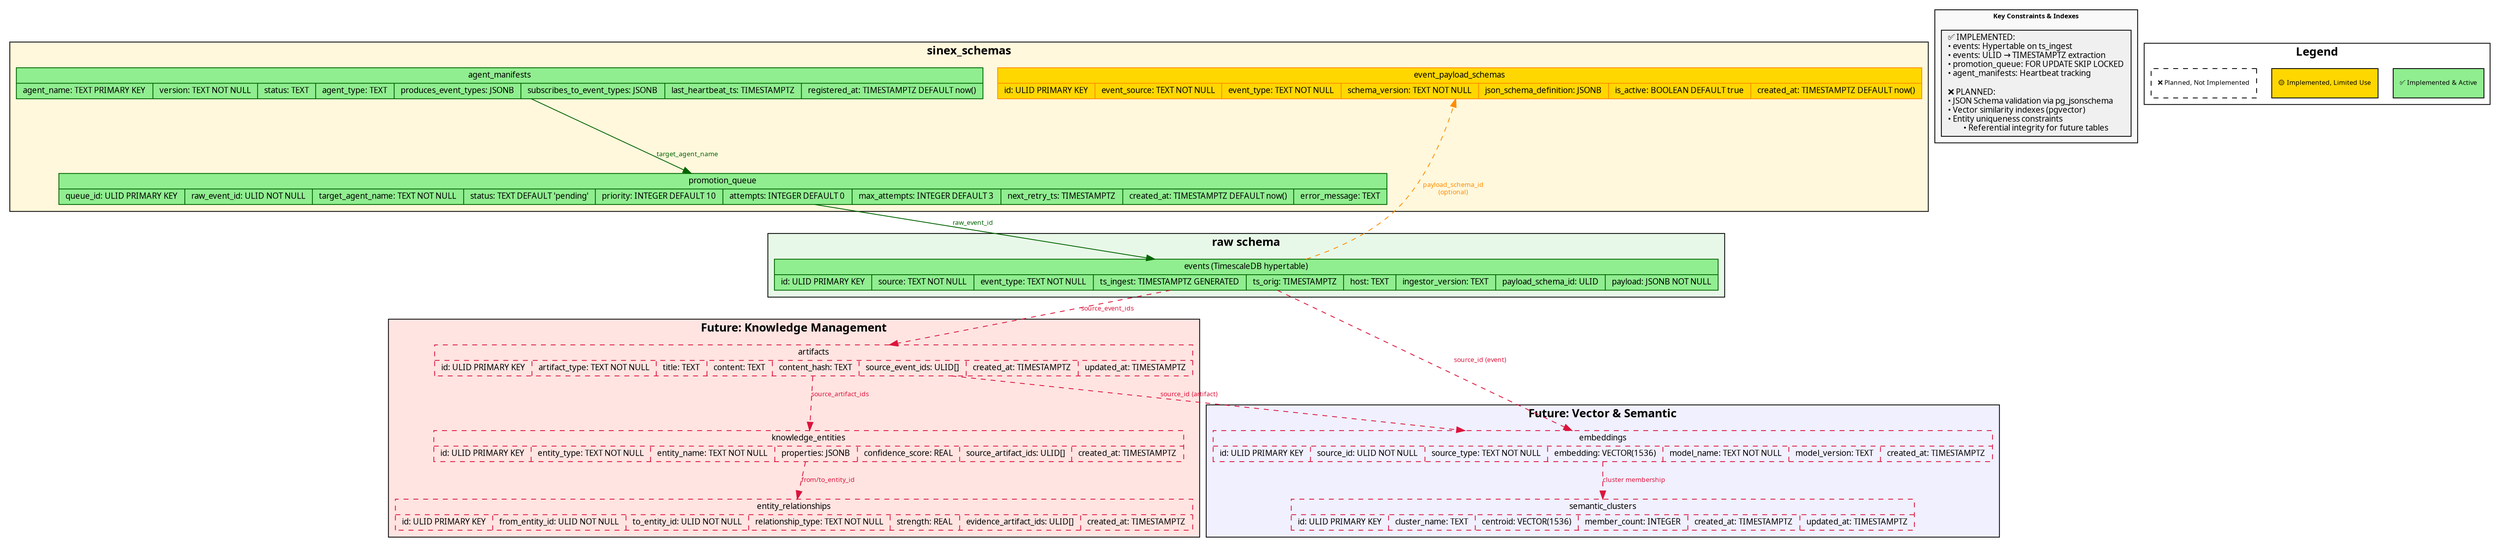
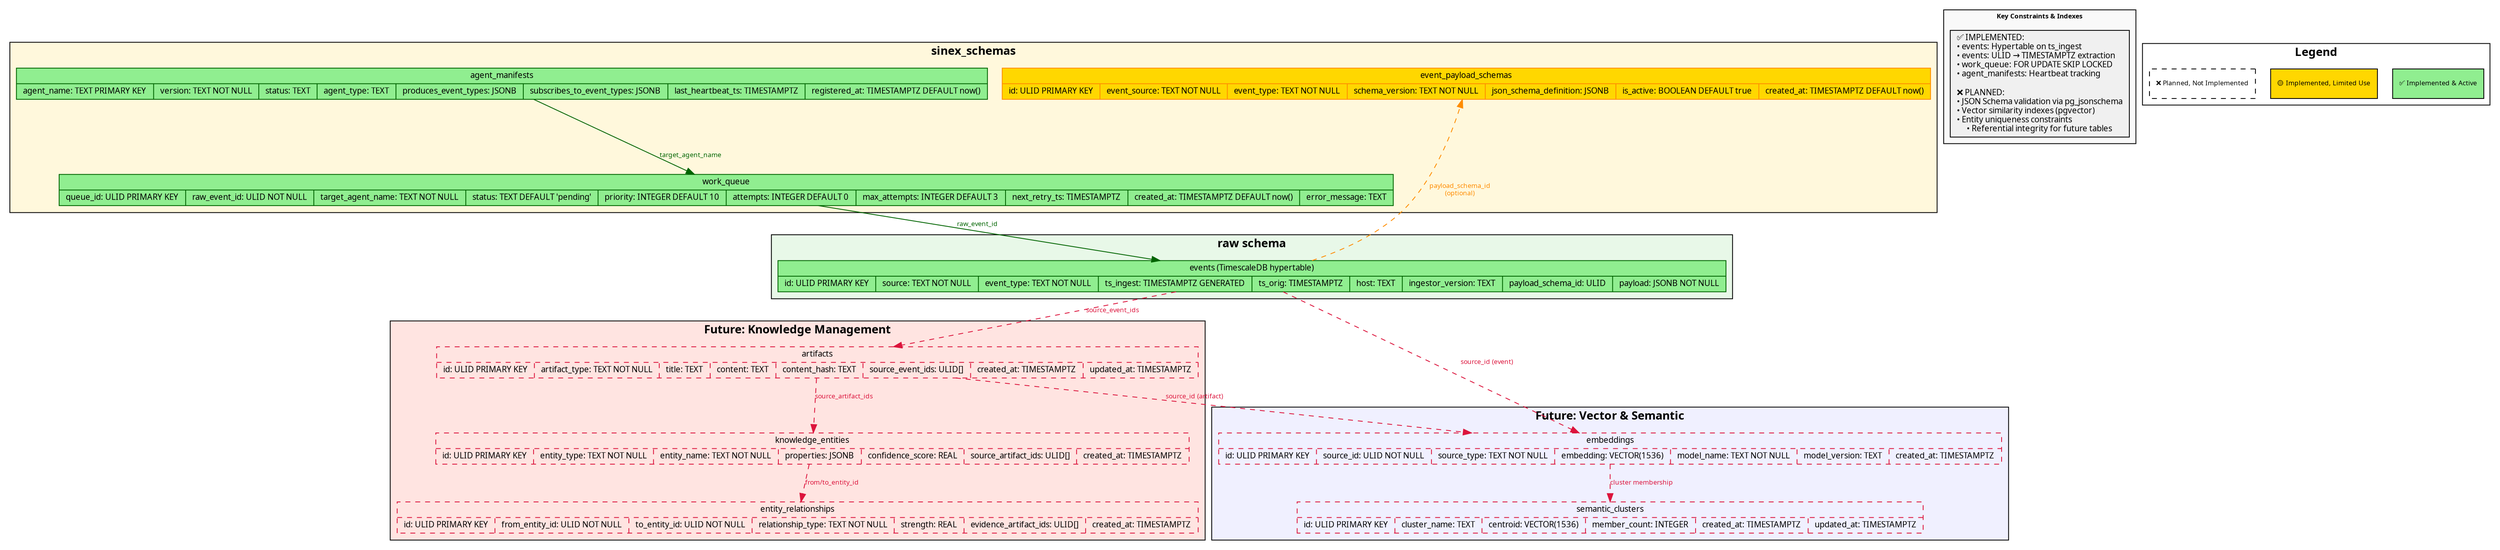
digraph SinexDatabaseSchema {
    rankdir=TB;
    node [shape=record, style=filled, fontname="JetBrains Mono", fontsize=10];
    edge [fontsize=8, fontname="JetBrains Mono"];

    // Color scheme
    // Green: Implemented and working
    // Yellow: Implemented but limited usage
    // Red: Planned but not implemented

    // Raw schema - Core event storage
    subgraph cluster_raw {
        label="raw schema";
        style=filled;
        fillcolor="#e8f8e8";
        fontname="JetBrains Mono Bold";

        events [
            label="{events (TimescaleDB hypertable)|{
                id: ULID PRIMARY KEY|
                source: TEXT NOT NULL|
                event_type: TEXT NOT NULL|
                ts_ingest: TIMESTAMPTZ GENERATED|
                ts_orig: TIMESTAMPTZ|
                host: TEXT|
                ingestor_version: TEXT|
                payload_schema_id: ULID|
                payload: JSONB NOT NULL
            }}",
            fillcolor="#90EE90",
            color="#006400"
        ];
    }

    // Schema management
    subgraph cluster_schemas {
        label="sinex_schemas";
        style=filled;
        fillcolor="#fff8dc";
        fontname="JetBrains Mono Bold";

        event_payload_schemas [
            label="{event_payload_schemas|{
                id: ULID PRIMARY KEY|
                event_source: TEXT NOT NULL|
                event_type: TEXT NOT NULL|
                schema_version: TEXT NOT NULL|
                json_schema_definition: JSONB|
                is_active: BOOLEAN DEFAULT true|
                created_at: TIMESTAMPTZ DEFAULT now()
            }}",
            fillcolor="#FFD700",
            color="#FF8C00"
        ];

        agent_manifests [
            label="{agent_manifests|{
                agent_name: TEXT PRIMARY KEY|
                version: TEXT NOT NULL|
                status: TEXT|
                agent_type: TEXT|
                produces_event_types: JSONB|
                subscribes_to_event_types: JSONB|
                last_heartbeat_ts: TIMESTAMPTZ|
                registered_at: TIMESTAMPTZ DEFAULT now()
            }}",
            fillcolor="#90EE90",
            color="#006400"
        ];

-         promotion_queue [
-             label="{promotion_queue|{
+         work_queue [
+             label="{work_queue|{
                queue_id: ULID PRIMARY KEY|
                raw_event_id: ULID NOT NULL|
                target_agent_name: TEXT NOT NULL|
                status: TEXT DEFAULT 'pending'|
                priority: INTEGER DEFAULT 10|
                attempts: INTEGER DEFAULT 0|
                max_attempts: INTEGER DEFAULT 3|
                next_retry_ts: TIMESTAMPTZ|
                created_at: TIMESTAMPTZ DEFAULT now()|
                error_message: TEXT
            }}",
            fillcolor="#90EE90",
            color="#006400"
        ];
    }

    // Future knowledge management schemas
    subgraph cluster_future_knowledge {
        label="Future: Knowledge Management";
        style=filled;
        fillcolor="#ffe4e1";
        fontname="JetBrains Mono Bold";

        artifacts [
            label="{artifacts|{
                id: ULID PRIMARY KEY|
                artifact_type: TEXT NOT NULL|
                title: TEXT|
                content: TEXT|
                content_hash: TEXT|
                source_event_ids: ULID[]|
                created_at: TIMESTAMPTZ|
                updated_at: TIMESTAMPTZ
            }}",
            fillcolor="#FFB6C1",
            color="#DC143C",
            style="dashed"
        ];

        knowledge_entities [
            label="{knowledge_entities|{
                id: ULID PRIMARY KEY|
                entity_type: TEXT NOT NULL|
                entity_name: TEXT NOT NULL|
                properties: JSONB|
                confidence_score: REAL|
                source_artifact_ids: ULID[]|
                created_at: TIMESTAMPTZ
            }}",
            fillcolor="#FFB6C1",
            color="#DC143C",
            style="dashed"
        ];

        entity_relationships [
            label="{entity_relationships|{
                id: ULID PRIMARY KEY|
                from_entity_id: ULID NOT NULL|
                to_entity_id: ULID NOT NULL|
                relationship_type: TEXT NOT NULL|
                strength: REAL|
                evidence_artifact_ids: ULID[]|
                created_at: TIMESTAMPTZ
            }}",
            fillcolor="#FFB6C1",
            color="#DC143C",
            style="dashed"
        ];
    }

    // Future vector/semantic search
    subgraph cluster_future_vectors {
        label="Future: Vector & Semantic";
        style=filled;
        fillcolor="#f0f0ff";
        fontname="JetBrains Mono Bold";

        embeddings [
            label="{embeddings|{
                id: ULID PRIMARY KEY|
                source_id: ULID NOT NULL|
                source_type: TEXT NOT NULL|
                embedding: VECTOR(1536)|
                model_name: TEXT NOT NULL|
                model_version: TEXT|
                created_at: TIMESTAMPTZ
            }}",
            fillcolor="#FFB6C1",
            color="#DC143C",
            style="dashed"
        ];

        semantic_clusters [
            label="{semantic_clusters|{
                id: ULID PRIMARY KEY|
                cluster_name: TEXT|
                centroid: VECTOR(1536)|
                member_count: INTEGER|
                created_at: TIMESTAMPTZ|
                updated_at: TIMESTAMPTZ
            }}",
            fillcolor="#FFB6C1",
            color="#DC143C",
            style="dashed"
        ];
    }

    // Current relationships (solid lines)
-     promotion_queue -> events [
+     work_queue -> events [
        label="raw_event_id",
        color="#006400",
        fontcolor="#006400"
    ];

-     agent_manifests -> promotion_queue [
+     agent_manifests -> work_queue [
        label="target_agent_name",
        color="#006400",
        fontcolor="#006400"
    ];

    events -> event_payload_schemas [
        label="payload_schema_id\n(optional)",
        color="#FF8C00",
        fontcolor="#FF8C00",
        style="dashed"
    ];

    // Future relationships (dashed lines)
    events -> artifacts [
        label="source_event_ids",
        color="#DC143C",
        fontcolor="#DC143C",
        style="dashed"
    ];

    artifacts -> knowledge_entities [
        label="source_artifact_ids",
        color="#DC143C",
        fontcolor="#DC143C",
        style="dashed"
    ];

    knowledge_entities -> entity_relationships [
        label="from/to_entity_id",
        color="#DC143C",
        fontcolor="#DC143C",
        style="dashed"
    ];

    events -> embeddings [
        label="source_id (event)",
        color="#DC143C",
        fontcolor="#DC143C",
        style="dashed"
    ];

    artifacts -> embeddings [
        label="source_id (artifact)",
        color="#DC143C",
        fontcolor="#DC143C",
        style="dashed"
    ];

    embeddings -> semantic_clusters [
        label="cluster membership",
        color="#DC143C",
        fontcolor="#DC143C",
        style="dashed"
    ];

    // Constraints and indexes (as notes)
    subgraph cluster_constraints {
        label="Key Constraints & Indexes";
        style=filled;
        fillcolor="#f9f9f9";
        fontname="JetBrains Mono Bold";
        fontsize=8;

        constraints [
            shape=box,
-             label="✅ IMPLEMENTED:\l• events: Hypertable on ts_ingest\l• events: ULID → TIMESTAMPTZ extraction\l• promotion_queue: FOR UPDATE SKIP LOCKED\l• agent_manifests: Heartbeat tracking\l\l❌ PLANNED:\l• JSON Schema validation via pg_jsonschema\l• Vector similarity indexes (pgvector)\l• Entity uniqueness constraints\l• Referential integrity for future tables",
+             label="✅ IMPLEMENTED:\l• events: Hypertable on ts_ingest\l• events: ULID → TIMESTAMPTZ extraction\l• work_queue: FOR UPDATE SKIP LOCKED\l• agent_manifests: Heartbeat tracking\l\l❌ PLANNED:\l• JSON Schema validation via pg_jsonschema\l• Vector similarity indexes (pgvector)\l• Entity uniqueness constraints\l• Referential integrity for future tables",
            fillcolor="#f0f0f0",
            style="filled"
        ];
    }

    // Legend
    subgraph cluster_legend {
        label="Legend";
        style=filled;
        fillcolor="#ffffff";
        fontname="JetBrains Mono Bold";

        legend_impl [
            label="✅ Implemented & Active",
            fillcolor="#90EE90",
            shape=box,
            fontsize=8
        ];

        legend_partial [
            label="🟡 Implemented, Limited Use",
            fillcolor="#FFD700",
            shape=box,
            fontsize=8
        ];

        legend_future [
            label="❌ Planned, Not Implemented",
            fillcolor="#FFB6C1",
            shape=box,
            style="dashed",
            fontsize=8
        ];
    }
}